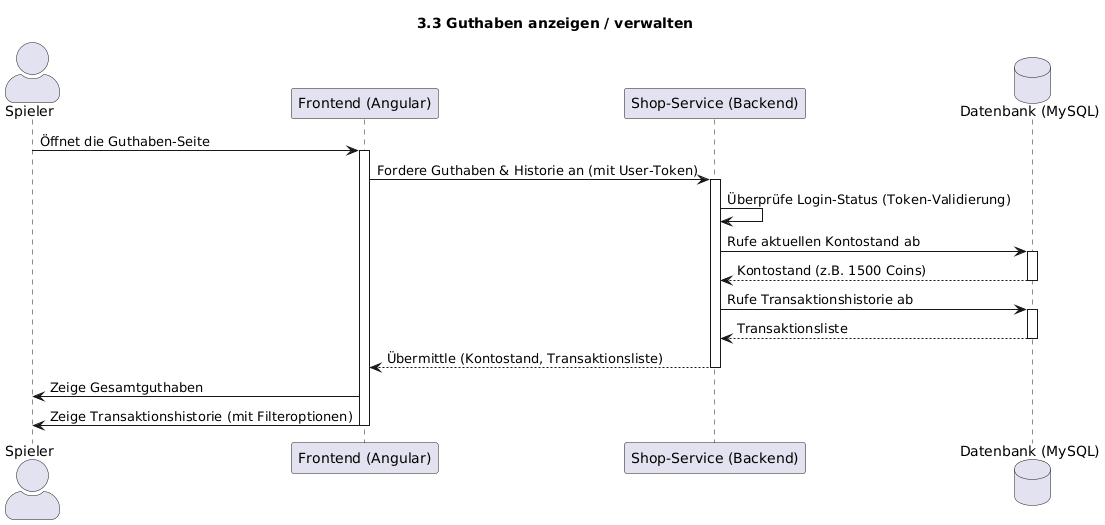
Above: docs/assets/Sequenzdiagramme/Sequenzdiagramm Guthaben anzeigen-verwalten.png in JustinKaram14/BetCeption (PlantUML), before the change.
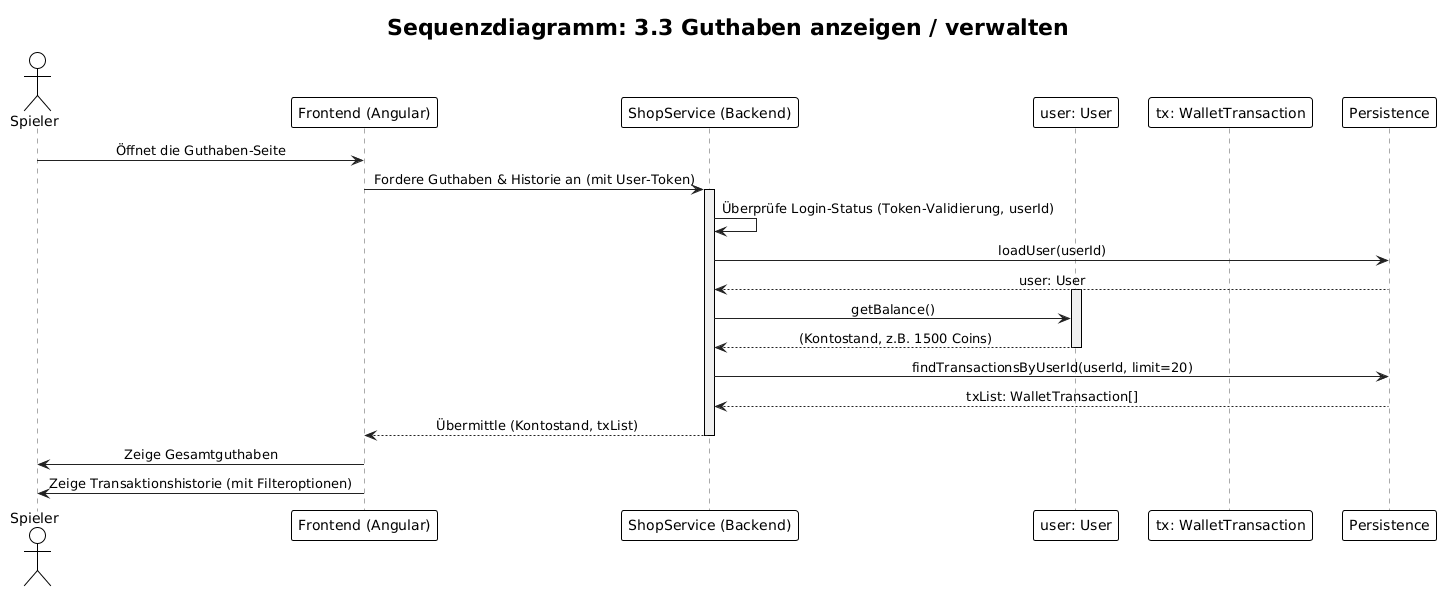
Above is the later version.

Diff of the diagram source:
```diff
@@ -1,37 +1,48 @@
 @startuml
-title 3.3 Guthaben anzeigen / verwalten
+!theme plain
+title "Sequenzdiagramm: 3.3 Guthaben anzeigen / verwalten"
 
-skinparam sequenceActorStyle awesome
+actor Spieler
+participant "Frontend (Angular)" as Frontend
+participant "ShopService (Backend)" as Service
 
-actor "Spieler" as user
-participant "Frontend (Angular)" as frontend
-participant "Shop-Service (Backend)" as backend
-database "Datenbank (MySQL)" as db
+participant "user: User" as User
+participant "tx: WalletTransaction" as Tx
+participant "Persistence" as DB
 
+skinparam sequence {
+    ParticipantBorderColor #333
+    ParticipantBackgroundColor #EEE
+    ActorBorderColor #333
 
-user -> frontend: Öffnet die Guthaben-Seite
-activate frontend
+    LifeLineBorderColor #AAA
+    LifeLineBackgroundColor #F0F0F0
 
-frontend -> backend: Fordere Guthaben & Historie an (mit User-Token)
-activate backend
+    ArrowColor #222
+    MessageAlign center
+}
 
-backend -> backend: Überprüfe Login-Status (Token-Validierung)
+Spieler -> Frontend: Öffnet die Guthaben-Seite
+Frontend -> Service: Fordere Guthaben & Historie an (mit User-Token)
+activate Service
 
-backend -> db: Rufe aktuellen Kontostand ab
-activate db
-db --> backend: Kontostand (z.B. 1500 Coins)
-deactivate db
+    Service -> Service: Überprüfe Login-Status (Token-Validierung, userId)
 
-backend -> db: Rufe Transaktionshistorie ab
-activate db
-db --> backend: Transaktionsliste
-deactivate db
+    Service -> DB: loadUser(userId)
+    DB --> Service: user: User
+    activate User
 
-backend --> frontend: Übermittle (Kontostand, Transaktionsliste)
-deactivate backend
+    Service -> User: getBalance()
+    User --> Service: (Kontostand, z.B. 1500 Coins)
+    deactivate User
 
-frontend -> user: Zeige Gesamtguthaben
-frontend -> user: Zeige Transaktionshistorie (mit Filteroptionen)
+    Service -> DB: findTransactionsByUserId(userId, limit=20)
+    DB --> Service: txList: WalletTransaction[]
 
-deactivate frontend
+    Service --> Frontend: Übermittle (Kontostand, txList)
+
+deactivate Service
+
+Frontend -> Spieler: Zeige Gesamtguthaben
+Frontend -> Spieler: Zeige Transaktionshistorie (mit Filteroptionen)
 @enduml
```
